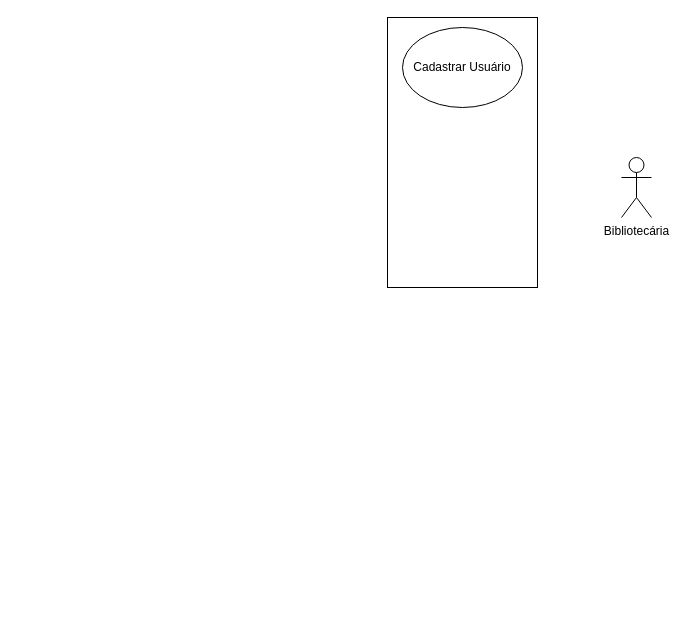
Before: Diagrama1.drawio in NicolasEisfeld/Desen-Sistemas-EMI1, a draw.io diagram. Source tidied: cells renumbered, new cells numbered last; positions are measured from the earlier drawing's top-left corner, leaving out a move shared by most shapes. Both pictures are drawn from the tidied source at 100%, with x=0, y=0 at pixel (387, 17).
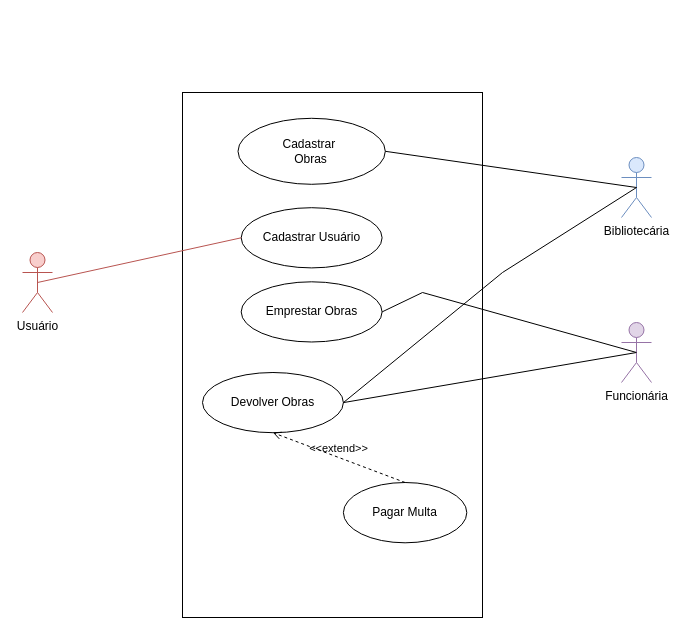
The same page after the edit.

Diff of the diagram source:
```diff
@@
-    <mxCell id="2" value="Bibliotecária" style="shape=umlActor;verticalLabelPosition=bottom;verticalAlign=top;html=1;outlineConnect=0;" parent="1" vertex="1">
+    <mxCell id="2" value="Bibliotecária" style="shape=umlActor;verticalLabelPosition=bottom;verticalAlign=top;html=1;outlineConnect=0;fillColor=#dae8fc;strokeColor=#6c8ebf;" parent="1" vertex="1">
       <mxGeometry x="234" y="140" width="30" height="60" as="geometry" />
     </mxCell>
+    <mxCell id="5" style="group;rounded=0;dashed=1;" parent="1" vertex="1">
+      <mxGeometry x="-205" y="75" width="300" height="525" as="geometry" />
+    </mxCell>
-    <mxCell id="3" style="rounded=0;whiteSpace=wrap;html=1;" parent="1" vertex="1">
-      <mxGeometry width="150" height="270" as="geometry" />
+    <mxCell id="3" style="rounded=0;whiteSpace=wrap;html=1;" parent="5" vertex="1">
+      <mxGeometry width="300" height="525" as="geometry" />
     </mxCell>
-    <mxCell id="4" value="Cadastrar Usuário" style="ellipse;whiteSpace=wrap;html=1;" parent="1" vertex="1">
-      <mxGeometry x="15" y="10" width="120" height="80" as="geometry" />
+    <mxCell id="4" value="Cadastrar&amp;nbsp;&lt;br&gt;Obras" style="ellipse;whiteSpace=wrap;html=1;" parent="5" vertex="1">
+      <mxGeometry x="55.5" y="25.8" width="147.3" height="66" as="geometry" />
     </mxCell>
+    <mxCell id="6" value="Cadastrar Usuário" style="ellipse;whiteSpace=wrap;html=1;" parent="5" vertex="1">
+      <mxGeometry x="58.7" y="115.2" width="140.9" height="60.2" as="geometry" />
+    </mxCell>
+    <mxCell id="7" value="Emprestar Obras" style="ellipse;whiteSpace=wrap;html=1;" parent="5" vertex="1">
+      <mxGeometry x="58.7" y="189.3" width="140.9" height="60.2" as="geometry" />
+    </mxCell>
+    <mxCell id="8" value="Pagar Multa" style="ellipse;whiteSpace=wrap;html=1;" parent="5" vertex="1">
+      <mxGeometry x="160.9" y="390" width="123.4" height="60.3" as="geometry" />
+    </mxCell>
+    <mxCell id="9" value="Devolver Obras" style="ellipse;whiteSpace=wrap;html=1;" parent="5" vertex="1">
+      <mxGeometry x="20" y="280" width="140.9" height="60.2" as="geometry" />
+    </mxCell>
+    <mxCell id="10" value="&amp;lt;&amp;lt;extend&amp;gt;&amp;gt;" style="html=1;verticalAlign=bottom;labelBackgroundColor=none;endArrow=open;endFill=0;dashed=1;rounded=0;exitX=0.5;exitY=0;exitDx=0;exitDy=0;entryX=0.5;entryY=1;entryDx=0;entryDy=0;" parent="5" edge="1" source="8" target="9">
+      <mxGeometry relative="1" as="geometry" />
+    </mxCell>
+    <mxCell id="11" value="Usuário" style="shape=umlActor;verticalLabelPosition=bottom;verticalAlign=top;html=1;fillColor=#f8cecc;strokeColor=#b85450;" parent="1" vertex="1">
+      <mxGeometry x="-365" y="235" width="30" height="60" as="geometry" />
+    </mxCell>
+    <mxCell id="12" style="html=1;verticalAlign=bottom;labelBackgroundColor=none;endArrow=none;endFill=0;endSize=6;align=left;rounded=0;entryX=0.5;entryY=0.5;entryDx=0;entryDy=0;entryPerimeter=0;exitX=0;exitY=0.5;exitDx=0;exitDy=0;fillColor=#f8cecc;strokeColor=#b85450;" parent="1" edge="1" source="6" target="11">
+      <mxGeometry x="-1" relative="1" as="geometry" />
+    </mxCell>
+    <mxCell id="13" style="html=1;verticalAlign=bottom;labelBackgroundColor=none;endArrow=none;endFill=0;endSize=6;align=left;rounded=0;entryX=0.5;entryY=0.5;entryDx=0;entryDy=0;entryPerimeter=0;exitX=1;exitY=0.5;exitDx=0;exitDy=0;" parent="1" edge="1" source="4" target="2">
+      <mxGeometry x="-1" relative="1" as="geometry" />
+    </mxCell>
+    <mxCell id="14" style="html=1;verticalAlign=bottom;labelBackgroundColor=none;endArrow=none;endFill=0;endSize=6;align=left;rounded=0;entryX=0.5;entryY=0.5;entryDx=0;entryDy=0;entryPerimeter=0;exitX=1;exitY=0.5;exitDx=0;exitDy=0;" parent="1" edge="1" source="7" target="15">
+      <mxGeometry x="-1" relative="1" as="geometry">
+        <Array as="points">
+          <mxPoint x="35" y="275" />
+        </Array>
+      </mxGeometry>
+    </mxCell>
+    <mxCell id="15" value="Funcionária" style="shape=umlActor;verticalLabelPosition=bottom;verticalAlign=top;html=1;fillColor=#e1d5e7;strokeColor=#9673a6;" parent="1" vertex="1">
+      <mxGeometry x="234" y="305" width="30" height="60" as="geometry" />
+    </mxCell>
+    <mxCell id="16" style="html=1;verticalAlign=bottom;labelBackgroundColor=none;endArrow=none;endFill=0;endSize=6;align=left;rounded=0;entryX=0.5;entryY=0.5;entryDx=0;entryDy=0;entryPerimeter=0;exitX=1;exitY=0.5;exitDx=0;exitDy=0;" parent="1" edge="1" source="9" target="15">
+      <mxGeometry x="-1" relative="1" as="geometry" />
+    </mxCell>
+    <mxCell id="17" style="html=1;verticalAlign=bottom;labelBackgroundColor=none;endArrow=none;endFill=0;endSize=6;align=left;rounded=0;exitX=1;exitY=0.5;exitDx=0;exitDy=0;entryX=0.5;entryY=0.5;entryDx=0;entryDy=0;entryPerimeter=0;" parent="1" edge="1" source="9" target="2">
+      <mxGeometry x="-1" relative="1" as="geometry">
+        <Array as="points">
+          <mxPoint x="115" y="255" />
+        </Array>
+      </mxGeometry>
+    </mxCell>
```
